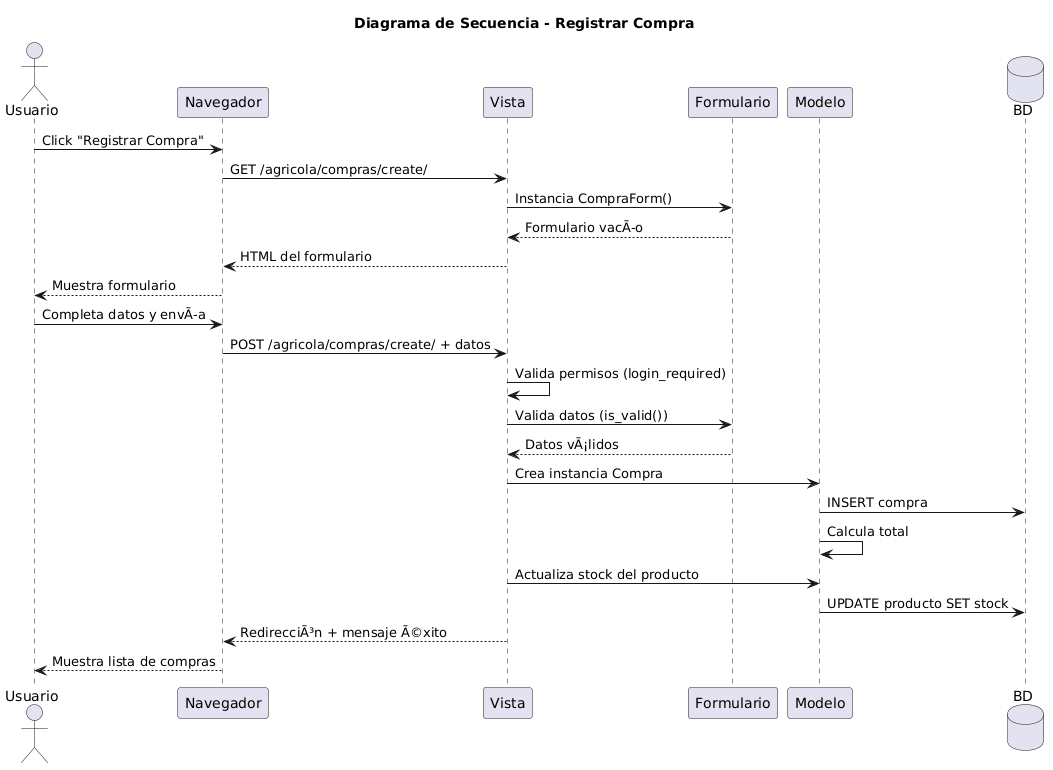
Earlier version of the PlantUML export docs/diagrams/sequence_diagram.png (danieldavid-23/lilliana-2).
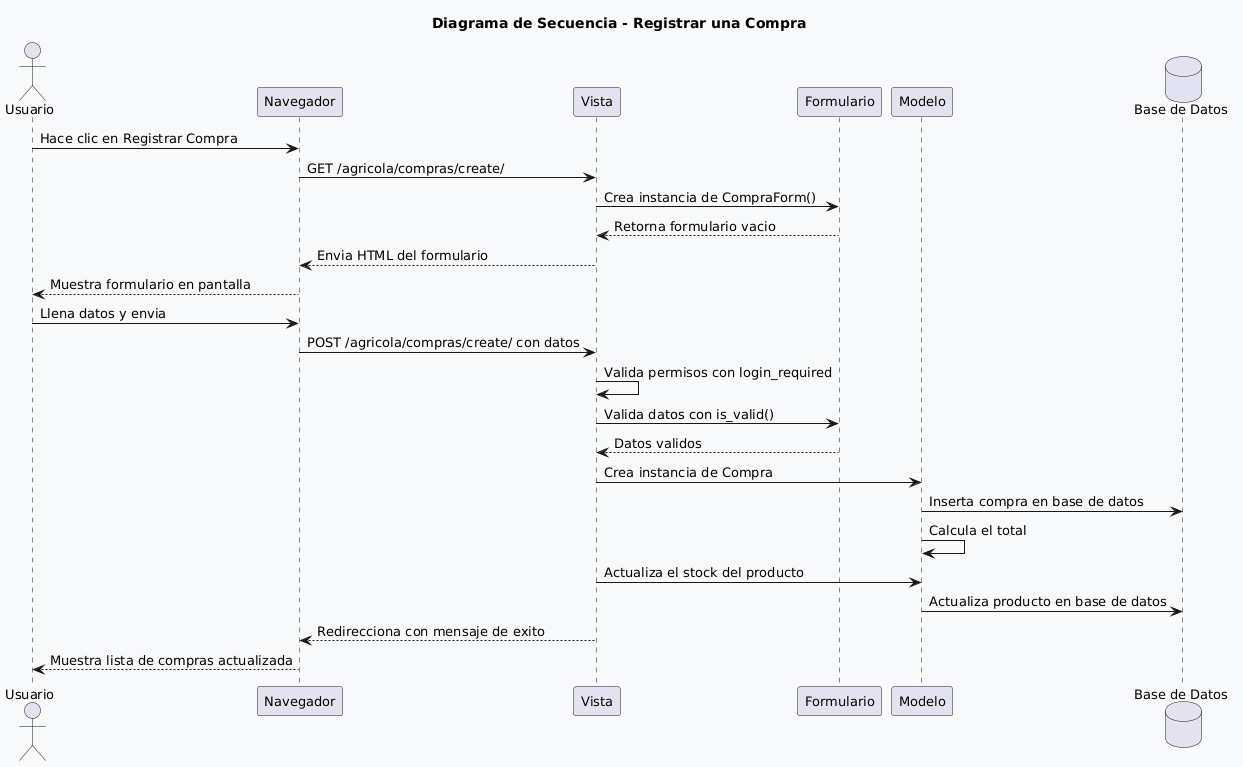
The same file after the commit.

What changed in the source:
```diff
@@ -1,30 +1,32 @@
 @startuml
-title Diagrama de Secuencia - Registrar Compra
+title Diagrama de Secuencia - Registrar una Compra
+skinparam defaultFontSize 13
+skinparam backgroundColor #F8F9FA
 
 actor "Usuario" as user
 participant "Navegador" as browser
 participant "Vista" as view
 participant "Formulario" as form
 participant "Modelo" as model
-database "BD" as db
+database "Base de Datos" as db
 
-user -> browser: Click "Registrar Compra"
+user -> browser: Hace clic en Registrar Compra
 browser -> view: GET /agricola/compras/create/
-view -> form: Instancia CompraForm()
-form --> view: Formulario vacÃ­o
-view --> browser: HTML del formulario
-browser --> user: Muestra formulario
+view -> form: Crea instancia de CompraForm()
+form --> view: Retorna formulario vacio
+view --> browser: Envia HTML del formulario
+browser --> user: Muestra formulario en pantalla
 
-user -> browser: Completa datos y envÃ­a
-browser -> view: POST /agricola/compras/create/ + datos
-view -> view: Valida permisos (login_required)
-view -> form: Valida datos (is_valid())
-form --> view: Datos vÃ¡lidos
-view -> model: Crea instancia Compra
-model -> db: INSERT compra
-model -> model: Calcula total
-view -> model: Actualiza stock del producto
-model -> db: UPDATE producto SET stock
-view --> browser: RedirecciÃ³n + mensaje Ã©xito
-browser --> user: Muestra lista de compras
+user -> browser: Llena datos y envia
+browser -> view: POST /agricola/compras/create/ con datos
+view -> view: Valida permisos con login_required
+view -> form: Valida datos con is_valid()
+form --> view: Datos validos
+view -> model: Crea instancia de Compra
+model -> db: Inserta compra en base de datos
+model -> model: Calcula el total
+view -> model: Actualiza el stock del producto
+model -> db: Actualiza producto en base de datos
+view --> browser: Redirecciona con mensaje de exito
+browser --> user: Muestra lista de compras actualizada
 @enduml
```
